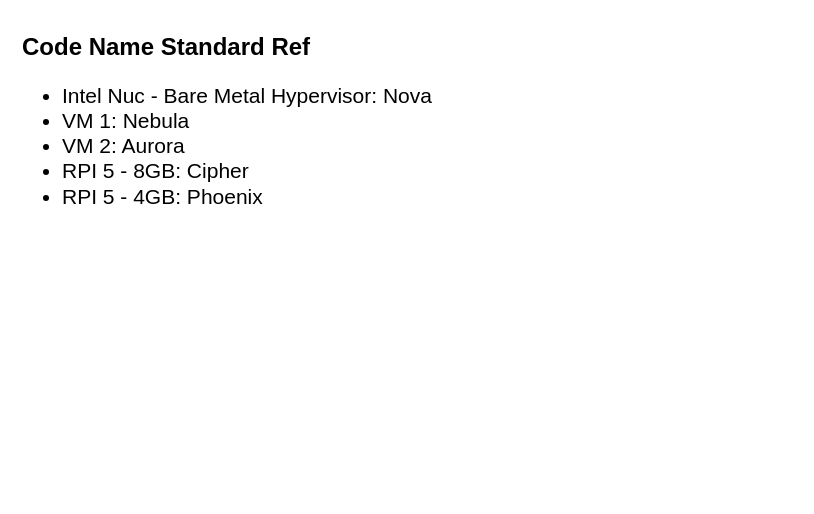
The draw.io diagram page "Naming Standard" (1 of 3) of homelab_infra/Homlab Infra Architecture.drawio in sahmed85/homelab, before the edit. Source tidied: cells renumbered, new cells numbered last; positions are measured from the earlier drawing's top-left corner, leaving out a move shared by most shapes. Both pictures are drawn from the tidied source at 100%, with x=0, y=0 at pixel (17, 27).
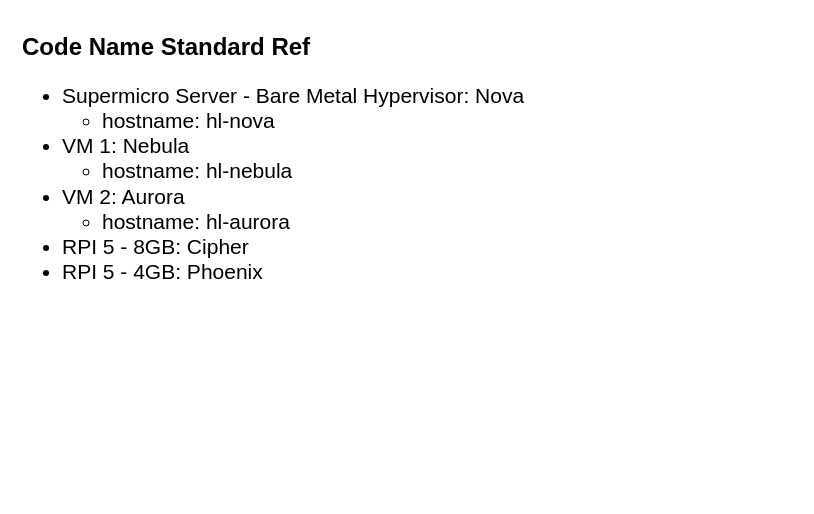
The same page after the edit.

What changed in the source:
```diff
@@
 <mxGraphModel>
   <root>
     <mxCell id="0" />
     <mxCell id="1" parent="0" />
-    <mxCell id="2" value="&lt;h1&gt;Code Name Standard Ref&lt;/h1&gt;&lt;p&gt;&lt;/p&gt;&lt;ul style=&quot;font-size: 21px;&quot;&gt;&lt;li&gt;Intel Nuc - Bare Metal Hypervisor: Nova&lt;/li&gt;&lt;li&gt;VM 1: Nebula&lt;/li&gt;&lt;li&gt;VM 2: Aurora&lt;/li&gt;&lt;li&gt;RPI 5 - 8GB: Cipher&lt;/li&gt;&lt;li&gt;RPI 5 - 4GB: Phoenix&lt;/li&gt;&lt;/ul&gt;&lt;p&gt;&lt;/p&gt;" style="text;html=1;strokeColor=none;fillColor=none;spacing=5;spacingTop=-20;whiteSpace=wrap;overflow=hidden;rounded=0;" parent="1" vertex="1">
-      <mxGeometry width="500" height="210" as="geometry" />
+    <mxCell id="2" value="&lt;h1&gt;Code Name Standard Ref&lt;/h1&gt;&lt;p&gt;&lt;/p&gt;&lt;ul style=&quot;font-size: 21px;&quot;&gt;&lt;li&gt;Supermicro Server - Bare Metal Hypervisor: Nova&lt;/li&gt;&lt;ul&gt;&lt;li&gt;hostname: hl-nova&lt;/li&gt;&lt;/ul&gt;&lt;li&gt;VM 1: Nebula&lt;/li&gt;&lt;ul&gt;&lt;li&gt;hostname: hl-nebula&lt;/li&gt;&lt;/ul&gt;&lt;li&gt;VM 2: Aurora&lt;/li&gt;&lt;ul&gt;&lt;li&gt;hostname: hl-aurora&lt;/li&gt;&lt;/ul&gt;&lt;li&gt;RPI 5 - 8GB: Cipher&lt;/li&gt;&lt;li&gt;RPI 5 - 4GB: Phoenix&lt;/li&gt;&lt;/ul&gt;&lt;p&gt;&lt;/p&gt;" style="text;html=1;strokeColor=none;fillColor=none;spacing=5;spacingTop=-20;whiteSpace=wrap;overflow=hidden;rounded=0;" parent="1" vertex="1">
+      <mxGeometry width="780" height="470" as="geometry" />
     </mxCell>
   </root>
 </mxGraphModel>
```
